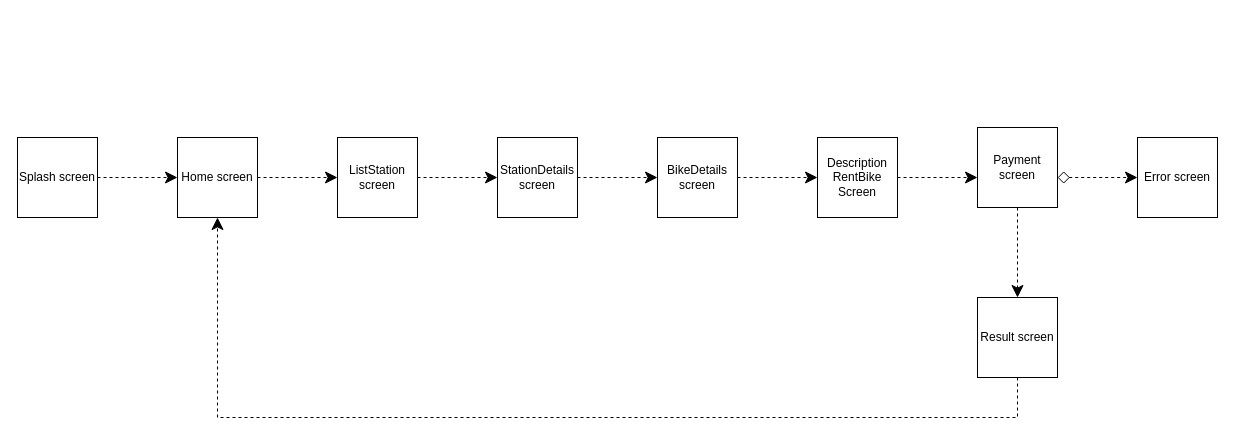
Above: Untitled Diagram.drawio in Nguyenducmanh186302/Nguyenducmanh186302 (draw.io), before the change. Source tidied: cells renumbered, new cells numbered last; positions are measured from the earlier drawing's top-left corner, leaving out a move shared by most shapes. Both pictures are drawn from the tidied source at 100%, with x=0, y=0 at pixel (17, 127).
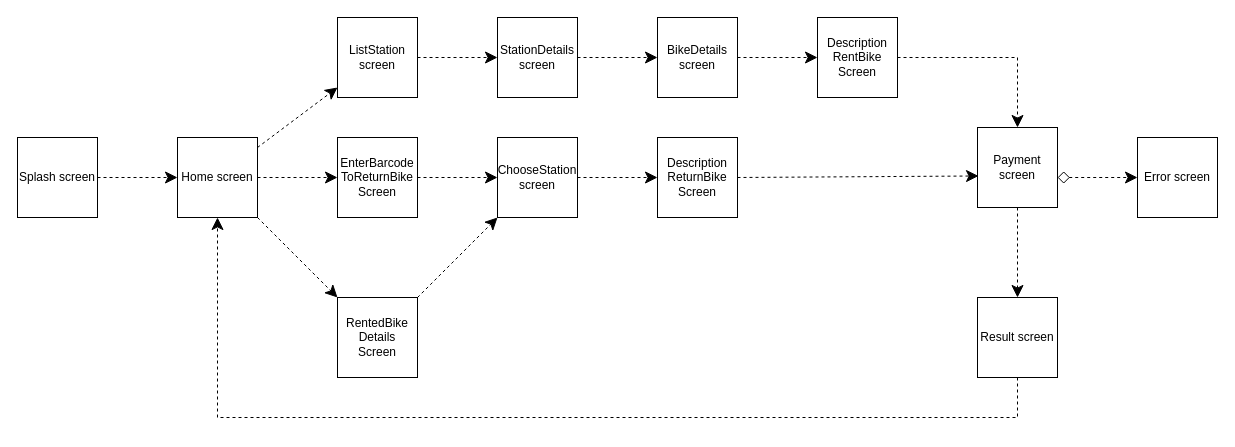
After the change.

The change refers to these unchanged cells:
```xml
<mxCell id="3" value="Home screen" style="whiteSpace=wrap;html=1;" parent="1" vertex="1">
  <mxGeometry x="160" y="10" width="80" height="80" as="geometry" />
</mxCell>
<mxCell id="5" value="Payment screen" style="whiteSpace=wrap;html=1;" parent="1" vertex="1">
  <mxGeometry x="960" width="80" height="80" as="geometry" />
</mxCell>
```

What changed in the source:
```diff
@@
     <mxCell id="4" value="BikeDetails screen" style="whiteSpace=wrap;html=1;" parent="1" vertex="1">
-      <mxGeometry x="640" y="10" width="80" height="80" as="geometry" />
+      <mxGeometry x="640" y="-110" width="80" height="80" as="geometry" />
     </mxCell>
@@
+    <mxCell id="20" value="RentedBike&lt;br&gt;Details Screen" style="whiteSpace=wrap;html=1;" parent="1" vertex="1">
+      <mxGeometry x="320" y="170" width="80" height="80" as="geometry" />
+    </mxCell>
+    <mxCell id="21" value="ChooseStation&lt;br&gt;screen" style="whiteSpace=wrap;html=1;" parent="1" vertex="1">
+      <mxGeometry x="480" y="10" width="80" height="80" as="geometry" />
+    </mxCell>
     <mxCell id="7" value="ListStation&lt;br&gt;screen" style="whiteSpace=wrap;html=1;" parent="1" vertex="1">
-      <mxGeometry x="320" y="10" width="80" height="80" as="geometry" />
+      <mxGeometry x="320" y="-110" width="80" height="80" as="geometry" />
     </mxCell>
     <mxCell id="8" value="StationDetails&lt;br&gt;screen" style="whiteSpace=wrap;html=1;" parent="1" vertex="1">
-      <mxGeometry x="480" y="10" width="80" height="80" as="geometry" />
+      <mxGeometry x="480" y="-110" width="80" height="80" as="geometry" />
     </mxCell>
@@
     <mxCell id="14" value="Description&lt;br&gt;RentBike&lt;br&gt;Screen" style="whiteSpace=wrap;html=1;" parent="1" vertex="1">
-      <mxGeometry x="800" y="10" width="80" height="80" as="geometry" />
+      <mxGeometry x="800" y="-110" width="80" height="80" as="geometry" />
     </mxCell>
@@
-    <mxCell id="16" style="endArrow=classic;dashed=1;html=1;rounded=0;exitX=1;exitY=0.5;exitDx=0;exitDy=0;endFill=1;endSize=10;startSize=10;" parent="1" edge="1" source="14">
+    <mxCell id="16" style="endArrow=classic;dashed=1;html=1;rounded=0;exitX=1;exitY=0.5;exitDx=0;exitDy=0;endFill=1;endSize=10;startSize=10;" parent="1" edge="1" source="14" target="5">
       <mxGeometry relative="1" as="geometry">
-        <mxPoint x="960" y="50" as="targetPoint" />
+        <Array as="points">
+          <mxPoint x="1000" y="-70" />
+        </Array>
       </mxGeometry>
     </mxCell>
+    <mxCell id="22" value="EnterBarcode&lt;br&gt;ToReturnBike&lt;br&gt;Screen" style="whiteSpace=wrap;html=1;" parent="1" vertex="1">
+      <mxGeometry x="320" y="10" width="80" height="80" as="geometry" />
+    </mxCell>
+    <mxCell id="23" value="Description&lt;br&gt;ReturnBike&lt;br&gt;Screen" style="whiteSpace=wrap;html=1;" parent="1" vertex="1">
+      <mxGeometry x="640" y="10" width="80" height="80" as="geometry" />
+    </mxCell>
@@
+    <mxCell id="24" style="endArrow=classic;dashed=1;html=1;rounded=0;exitX=1;exitY=0.5;exitDx=0;exitDy=0;endFill=1;endSize=10;startSize=10;entryX=0;entryY=0.5;entryDx=0;entryDy=0;" parent="1" edge="1" source="3" target="22">
+      <mxGeometry relative="1" as="geometry" />
+    </mxCell>
+    <mxCell id="25" style="endArrow=classic;dashed=1;html=1;rounded=0;exitX=1;exitY=0.5;exitDx=0;exitDy=0;endFill=1;endSize=10;startSize=10;entryX=0;entryY=0.5;entryDx=0;entryDy=0;" parent="1" edge="1" source="22" target="21">
+      <mxGeometry relative="1" as="geometry" />
+    </mxCell>
+    <mxCell id="26" style="endArrow=classic;dashed=1;html=1;rounded=0;exitX=1;exitY=0.5;exitDx=0;exitDy=0;endFill=1;endSize=10;startSize=10;entryX=0;entryY=0.5;entryDx=0;entryDy=0;" parent="1" edge="1" source="21" target="23">
+      <mxGeometry relative="1" as="geometry" />
+    </mxCell>
+    <mxCell id="27" style="endArrow=classic;dashed=1;html=1;rounded=0;exitX=1;exitY=0.5;exitDx=0;exitDy=0;endFill=1;endSize=10;startSize=10;entryX=0.013;entryY=0.606;entryDx=0;entryDy=0;entryPerimeter=0;" parent="1" edge="1" source="23" target="5">
+      <mxGeometry relative="1" as="geometry" />
+    </mxCell>
+    <mxCell id="28" style="endArrow=classic;dashed=1;html=1;rounded=0;exitX=1;exitY=1;exitDx=0;exitDy=0;endFill=1;endSize=10;startSize=10;entryX=0;entryY=0;entryDx=0;entryDy=0;" parent="1" edge="1" source="3" target="20">
+      <mxGeometry relative="1" as="geometry" />
+    </mxCell>
@@
+    <mxCell id="29" style="endArrow=classic;dashed=1;html=1;rounded=0;exitX=1;exitY=0;exitDx=0;exitDy=0;endFill=1;endSize=10;startSize=10;entryX=0;entryY=1;entryDx=0;entryDy=0;" parent="1" edge="1" source="20" target="21">
+      <mxGeometry relative="1" as="geometry" />
+    </mxCell>
```
